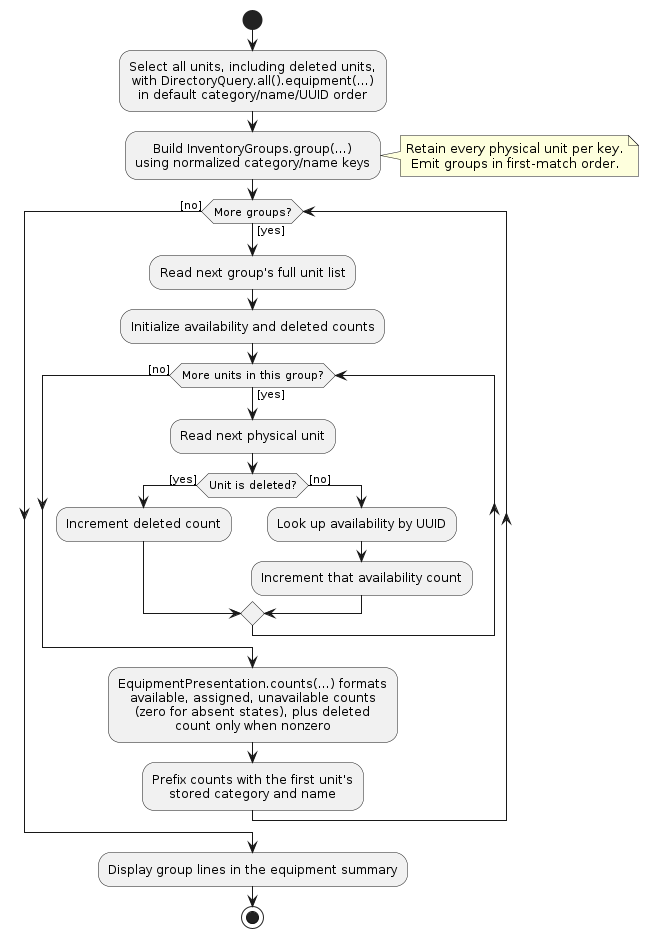
AY2627S1-CS2103T-F15-2/tp keeps this PlantUML diagram as diagrams/InventoryPlanningActivity.png. Above is the earlier version. Its source is kept beside it as diagrams/InventoryPlanningActivity.puml.
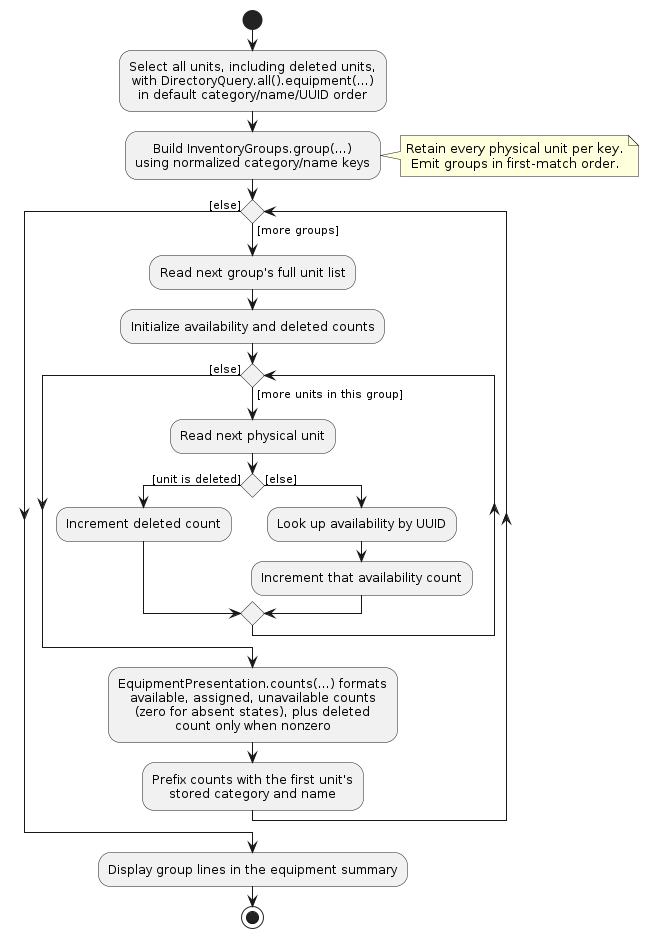
Above is the later version.

The edit, as a diff of the source:
```diff
@@ -12,25 +12,25 @@
 Retain every physical unit per key.
 Emit groups in first-match order.
 end note
-while (More groups?) is ([yes])
+while () is ([more groups])
     :Read next group's full unit list;
     :Initialize availability and deleted counts;
-    while (More units in this group?) is ([yes])
+    while () is ([more units in this group])
         :Read next physical unit;
-        if (Unit is deleted?) then ([yes])
+        if () then ([unit is deleted])
             :Increment deleted count;
-        else ([no])
+        else ([else])
             :Look up availability by UUID;
             :Increment that availability count;
         endif
-    endwhile ([no])
+    endwhile ([else])
     :EquipmentPresentation.counts(...) formats
     available, assigned, unavailable counts
     (zero for absent states), plus deleted
     count only when nonzero;
     :Prefix counts with the first unit's
     stored category and name;
-endwhile ([no])
+endwhile ([else])
 :Display group lines in the equipment summary;
 stop
 @enduml
```
